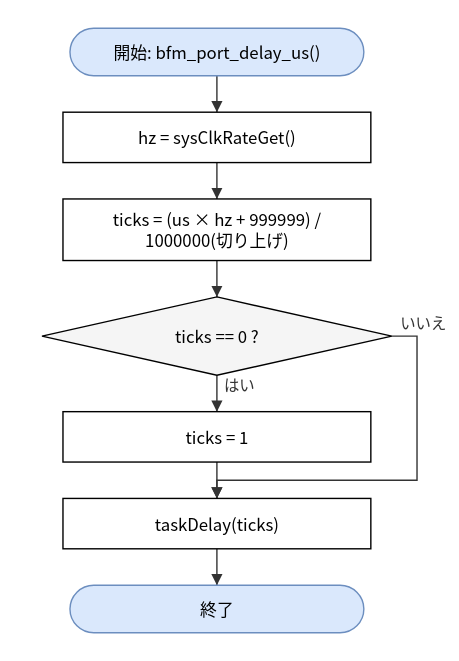
This is doc/spec/images/flow_port_vxworks_port_vxworks-bfm_port_delay_us.drawio.svg from hf355051012-ai/bfmem, a draw.io export, as it was before one commit. Source tidied: cells renumbered, new cells last; positions are measured from the earlier drawing's top-left corner, leaving out a move shared by most shapes. The source it was exported from:
```xml
<mxGraphModel>
  <root>
    <mxCell id="0" />
    <mxCell id="1" parent="0" />
    <mxCell id="2" value="開始: bfm_port_delay_us()" style="rounded=1;arcSize=50;whiteSpace=wrap;html=1;fillColor=#dae8fc;strokeColor=#6c8ebf;" parent="1" vertex="1">
      <mxGeometry x="20" width="210" height="34" as="geometry" />
    </mxCell>
    <mxCell id="3" value="hz = sysClkRateGet()" style="rounded=0;whiteSpace=wrap;html=1;" parent="1" vertex="1">
      <mxGeometry x="15" y="60" width="220" height="36" as="geometry" />
    </mxCell>
    <mxCell id="4" value="ticks = (us × hz + 999999) /&lt;br&gt;1000000(切り上げ)" style="rounded=0;whiteSpace=wrap;html=1;" parent="1" vertex="1">
      <mxGeometry x="15" y="122" width="220" height="44" as="geometry" />
    </mxCell>
    <mxCell id="5" value="ticks == 0 ?" style="rhombus;whiteSpace=wrap;html=1;fillColor=#f5f5f5;" parent="1" vertex="1">
      <mxGeometry y="192" width="250" height="56" as="geometry" />
    </mxCell>
    <mxCell id="6" value="ticks = 1" style="rounded=0;whiteSpace=wrap;html=1;" parent="1" vertex="1">
      <mxGeometry x="15" y="274" width="220" height="36" as="geometry" />
    </mxCell>
    <mxCell id="7" value="taskDelay(ticks)" style="rounded=0;whiteSpace=wrap;html=1;" parent="1" vertex="1">
      <mxGeometry x="15" y="336" width="220" height="36" as="geometry" />
    </mxCell>
    <mxCell id="8" value="終了" style="rounded=1;arcSize=50;whiteSpace=wrap;html=1;fillColor=#dae8fc;strokeColor=#6c8ebf;" parent="1" vertex="1">
      <mxGeometry x="20" y="398" width="210" height="34" as="geometry" />
    </mxCell>
    <mxCell id="9" style="edgeStyle=none;html=1;rounded=0;endArrow=block;endFill=1;exitX=0.5000;exitY=1.0000;exitDx=0;exitDy=0;exitPerimeter=0;entryX=0.5000;entryY=0.0000;entryDx=0;entryDy=0;entryPerimeter=0;" parent="1" edge="1" source="2" target="3">
      <mxGeometry relative="1" as="geometry" />
    </mxCell>
    <mxCell id="10" style="edgeStyle=none;html=1;rounded=0;endArrow=block;endFill=1;exitX=0.5000;exitY=1.0000;exitDx=0;exitDy=0;exitPerimeter=0;entryX=0.5000;entryY=0.0000;entryDx=0;entryDy=0;entryPerimeter=0;" parent="1" edge="1" source="3" target="4">
      <mxGeometry relative="1" as="geometry" />
    </mxCell>
    <mxCell id="11" style="edgeStyle=none;html=1;rounded=0;endArrow=block;endFill=1;exitX=0.5000;exitY=1.0000;exitDx=0;exitDy=0;exitPerimeter=0;entryX=0.5000;entryY=0.0000;entryDx=0;entryDy=0;entryPerimeter=0;" parent="1" edge="1" source="4" target="5">
      <mxGeometry relative="1" as="geometry" />
    </mxCell>
    <mxCell id="12" value="はい" style="edgeStyle=none;html=1;rounded=0;endArrow=block;endFill=1;exitX=0.5000;exitY=1.0000;exitDx=0;exitDy=0;exitPerimeter=0;entryX=0.5000;entryY=0.0000;entryDx=0;entryDy=0;entryPerimeter=0;" parent="1" edge="1" source="5" target="6">
      <mxGeometry relative="1" as="geometry" />
    </mxCell>
    <mxCell id="13" style="edgeStyle=none;html=1;rounded=0;endArrow=block;endFill=1;exitX=0.5000;exitY=1.0000;exitDx=0;exitDy=0;exitPerimeter=0;entryX=0.5000;entryY=0.0000;entryDx=0;entryDy=0;entryPerimeter=0;" parent="1" edge="1" source="6" target="7">
      <mxGeometry relative="1" as="geometry" />
    </mxCell>
    <mxCell id="14" value="いいえ" style="edgeStyle=none;html=1;rounded=0;endArrow=block;endFill=1;exitX=1.0000;exitY=0.5000;exitDx=0;exitDy=0;exitPerimeter=0;entryX=0.5000;entryY=0.0000;entryDx=0;entryDy=0;entryPerimeter=0;" parent="1" edge="1" source="5" target="7">
      <mxGeometry relative="1" as="geometry">
        <Array as="points">
          <mxPoint x="268" y="220" />
          <mxPoint x="268" y="323" />
          <mxPoint x="125" y="323" />
        </Array>
      </mxGeometry>
    </mxCell>
    <mxCell id="15" style="edgeStyle=none;html=1;rounded=0;endArrow=block;endFill=1;exitX=0.5000;exitY=1.0000;exitDx=0;exitDy=0;exitPerimeter=0;entryX=0.5000;entryY=0.0000;entryDx=0;entryDy=0;entryPerimeter=0;" parent="1" edge="1" source="7" target="8">
      <mxGeometry relative="1" as="geometry" />
    </mxCell>
  </root>
</mxGraphModel>
```
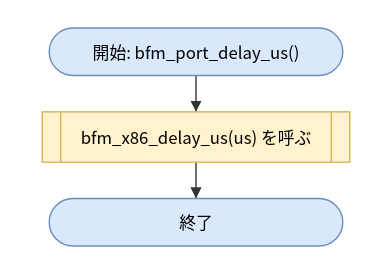
The same diagram one commit later.

Diff of the diagram source:
```diff
@@ -5,50 +5,17 @@
     <mxCell id="2" value="開始: bfm_port_delay_us()" style="rounded=1;arcSize=50;whiteSpace=wrap;html=1;fillColor=#dae8fc;strokeColor=#6c8ebf;" parent="1" vertex="1">
       <mxGeometry x="20" width="210" height="34" as="geometry" />
     </mxCell>
-    <mxCell id="3" value="hz = sysClkRateGet()" style="rounded=0;whiteSpace=wrap;html=1;" parent="1" vertex="1">
+    <mxCell id="3" value="bfm_x86_delay_us(us) を呼ぶ" style="shape=process;whiteSpace=wrap;html=1;backgroundOutline=1;size=0.06;fillColor=#fff2cc;strokeColor=#d6b656;" parent="1" vertex="1">
       <mxGeometry x="15" y="60" width="220" height="36" as="geometry" />
     </mxCell>
-    <mxCell id="4" value="ticks = (us × hz + 999999) /&lt;br&gt;1000000(切り上げ)" style="rounded=0;whiteSpace=wrap;html=1;" parent="1" vertex="1">
-      <mxGeometry x="15" y="122" width="220" height="44" as="geometry" />
+    <mxCell id="4" value="終了" style="rounded=1;arcSize=50;whiteSpace=wrap;html=1;fillColor=#dae8fc;strokeColor=#6c8ebf;" parent="1" vertex="1">
+      <mxGeometry x="20" y="122" width="210" height="34" as="geometry" />
     </mxCell>
-    <mxCell id="5" value="ticks == 0 ?" style="rhombus;whiteSpace=wrap;html=1;fillColor=#f5f5f5;" parent="1" vertex="1">
-      <mxGeometry y="192" width="250" height="56" as="geometry" />
-    </mxCell>
-    <mxCell id="6" value="ticks = 1" style="rounded=0;whiteSpace=wrap;html=1;" parent="1" vertex="1">
-      <mxGeometry x="15" y="274" width="220" height="36" as="geometry" />
-    </mxCell>
-    <mxCell id="7" value="taskDelay(ticks)" style="rounded=0;whiteSpace=wrap;html=1;" parent="1" vertex="1">
-      <mxGeometry x="15" y="336" width="220" height="36" as="geometry" />
-    </mxCell>
-    <mxCell id="8" value="終了" style="rounded=1;arcSize=50;whiteSpace=wrap;html=1;fillColor=#dae8fc;strokeColor=#6c8ebf;" parent="1" vertex="1">
-      <mxGeometry x="20" y="398" width="210" height="34" as="geometry" />
-    </mxCell>
     <mxCell id="9" style="edgeStyle=none;html=1;rounded=0;endArrow=block;endFill=1;exitX=0.5000;exitY=1.0000;exitDx=0;exitDy=0;exitPerimeter=0;entryX=0.5000;entryY=0.0000;entryDx=0;entryDy=0;entryPerimeter=0;" parent="1" edge="1" source="2" target="3">
       <mxGeometry relative="1" as="geometry" />
     </mxCell>
     <mxCell id="10" style="edgeStyle=none;html=1;rounded=0;endArrow=block;endFill=1;exitX=0.5000;exitY=1.0000;exitDx=0;exitDy=0;exitPerimeter=0;entryX=0.5000;entryY=0.0000;entryDx=0;entryDy=0;entryPerimeter=0;" parent="1" edge="1" source="3" target="4">
       <mxGeometry relative="1" as="geometry" />
     </mxCell>
-    <mxCell id="11" style="edgeStyle=none;html=1;rounded=0;endArrow=block;endFill=1;exitX=0.5000;exitY=1.0000;exitDx=0;exitDy=0;exitPerimeter=0;entryX=0.5000;entryY=0.0000;entryDx=0;entryDy=0;entryPerimeter=0;" parent="1" edge="1" source="4" target="5">
-      <mxGeometry relative="1" as="geometry" />
-    </mxCell>
-    <mxCell id="12" value="はい" style="edgeStyle=none;html=1;rounded=0;endArrow=block;endFill=1;exitX=0.5000;exitY=1.0000;exitDx=0;exitDy=0;exitPerimeter=0;entryX=0.5000;entryY=0.0000;entryDx=0;entryDy=0;entryPerimeter=0;" parent="1" edge="1" source="5" target="6">
-      <mxGeometry relative="1" as="geometry" />
-    </mxCell>
-    <mxCell id="13" style="edgeStyle=none;html=1;rounded=0;endArrow=block;endFill=1;exitX=0.5000;exitY=1.0000;exitDx=0;exitDy=0;exitPerimeter=0;entryX=0.5000;entryY=0.0000;entryDx=0;entryDy=0;entryPerimeter=0;" parent="1" edge="1" source="6" target="7">
-      <mxGeometry relative="1" as="geometry" />
-    </mxCell>
-    <mxCell id="14" value="いいえ" style="edgeStyle=none;html=1;rounded=0;endArrow=block;endFill=1;exitX=1.0000;exitY=0.5000;exitDx=0;exitDy=0;exitPerimeter=0;entryX=0.5000;entryY=0.0000;entryDx=0;entryDy=0;entryPerimeter=0;" parent="1" edge="1" source="5" target="7">
-      <mxGeometry relative="1" as="geometry">
-        <Array as="points">
-          <mxPoint x="268" y="220" />
-          <mxPoint x="268" y="323" />
-          <mxPoint x="125" y="323" />
-        </Array>
-      </mxGeometry>
-    </mxCell>
-    <mxCell id="15" style="edgeStyle=none;html=1;rounded=0;endArrow=block;endFill=1;exitX=0.5000;exitY=1.0000;exitDx=0;exitDy=0;exitPerimeter=0;entryX=0.5000;entryY=0.0000;entryDx=0;entryDy=0;entryPerimeter=0;" parent="1" edge="1" source="7" target="8">
-      <mxGeometry relative="1" as="geometry" />
-    </mxCell>
   </root>
 </mxGraphModel>
```
